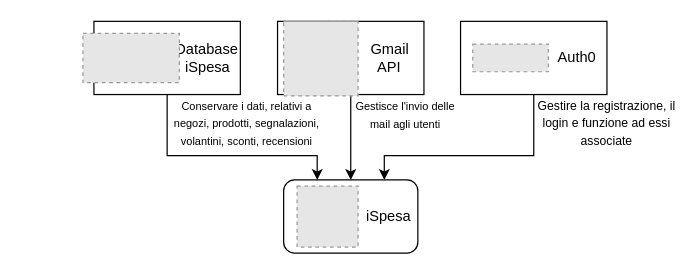
Above: UML/DiagrammaAPDBs.drawio in G15-UniTN/iSpesa (draw.io), before the change. Source tidied: cells renumbered, new cells numbered last; positions are measured from the earlier drawing's top-left corner, leaving out a move shared by most shapes. Both pictures are drawn from the tidied source at 122%, with x=0, y=0 at pixel (82, 21). Pictures stored in the file or linked from it are replaced by grey dashed boxes.
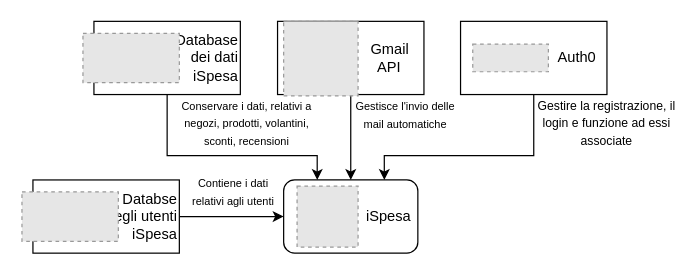
The same page after the edit.

Unchanged cells that the change refers to:
```xml
<mxCell id="2" value="iSpesa&amp;nbsp;" style="rounded=1;whiteSpace=wrap;html=1;align=right;" parent="1" vertex="1">
  <mxGeometry x="165" y="130" width="110" height="60" as="geometry" />
</mxCell>
```

What changed in the source:
```diff
@@
-    <mxCell id="5" value="Database&lt;br&gt;iSpesa&amp;nbsp;&amp;nbsp;" style="rounded=0;whiteSpace=wrap;html=1;align=right;" parent="1" vertex="1">
+    <mxCell id="5" value="Database&lt;br&gt;dei dati&lt;br&gt;iSpesa" style="rounded=0;whiteSpace=wrap;html=1;align=right;" parent="1" vertex="1">
       <mxGeometry x="9.5" width="120" height="60" as="geometry" />
     </mxCell>
@@
-    <mxCell id="13" value="&lt;font style=&quot;font-size: 9px&quot;&gt;Gestisce l'invio delle mail agli utenti&lt;/font&gt;" style="text;html=1;strokeColor=none;fillColor=none;align=center;verticalAlign=middle;whiteSpace=wrap;rounded=0;" parent="1" vertex="1">
+    <mxCell id="13" value="&lt;font style=&quot;font-size: 9px&quot;&gt;Gestisce l'invio delle mail automatiche&lt;/font&gt;" style="text;html=1;strokeColor=none;fillColor=none;align=center;verticalAlign=middle;whiteSpace=wrap;rounded=0;" parent="1" vertex="1">
       <mxGeometry x="220" y="61" width="90" height="30" as="geometry" />
     </mxCell>
@@
-    <mxCell id="15" value="&lt;font style=&quot;font-size: 9px&quot;&gt;Conservare i dati, relativi a negozi, prodotti, segnalazioni, volantini, sconti, recensioni&lt;/font&gt;" style="text;html=1;strokeColor=none;fillColor=none;align=center;verticalAlign=middle;whiteSpace=wrap;rounded=0;" parent="1" vertex="1">
+    <mxCell id="15" value="&lt;font style=&quot;font-size: 9px&quot;&gt;Conservare i dati, relativi a negozi, prodotti, volantini, sconti, recensioni&lt;/font&gt;" style="text;html=1;strokeColor=none;fillColor=none;align=center;verticalAlign=middle;whiteSpace=wrap;rounded=0;" parent="1" vertex="1">
       <mxGeometry x="70" y="65" width="130" height="35" as="geometry" />
     </mxCell>
+    <mxCell id="16" style="edgeStyle=orthogonalEdgeStyle;rounded=0;jettySize=auto;html=1;exitX=1;exitY=0.5;exitDx=0;exitDy=0;" parent="1" edge="1" source="17" target="2">
+      <mxGeometry relative="1" as="geometry" />
+    </mxCell>
+    <mxCell id="17" value="Databse&lt;br&gt;degli utenti&lt;br&gt;iSpesa" style="rounded=0;whiteSpace=wrap;html=1;align=right;" parent="1" vertex="1">
+      <mxGeometry x="-40.5" y="130" width="120" height="60" as="geometry" />
+    </mxCell>
+    <mxCell id="18" style="fillColor=#E6E6E6;strokeColor=#999999;dashed=1;html=1;verticalLabelPosition=bottom;verticalAlign=top;" parent="1" vertex="1">
+      <mxGeometry x="-49.5" y="139.8" width="79" height="40.5" as="geometry" />
+    </mxCell>
+    <mxCell id="19" value="&lt;font style=&quot;font-size: 9px&quot;&gt;Contiene i dati&lt;br&gt;relativi agli utenti&lt;br&gt;&lt;/font&gt;" style="text;html=1;strokeColor=none;fillColor=none;align=center;verticalAlign=middle;whiteSpace=wrap;rounded=0;" parent="1" vertex="1">
+      <mxGeometry x="59" y="121" width="130" height="35" as="geometry" />
+    </mxCell>
```
